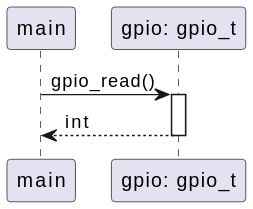
Bhagyani08/test_project keeps this PlantUML diagram as ai-design/sequence/gpio_read.svg. Above is the earlier version.
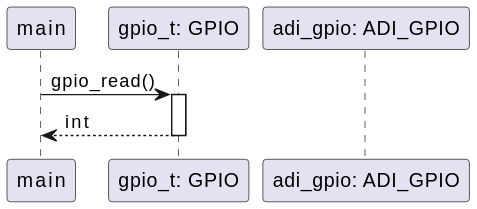
The same diagram one commit later.

Commit message:
Auto-update AI design diagrams

Change to the diagram source:
```diff
@@ -1,9 +1,12 @@
 @startuml
 participant "main" as Main
-participant "gpio: gpio_t" as GPIO
+participant "gpio_t: GPIO" as GPIO
+participant "adi_gpio: ADI_GPIO" as ADI_GPIO
 
 Main -> GPIO : gpio_read()
 activate GPIO
+
 GPIO --> Main : int
+
 deactivate GPIO
 @enduml
```
